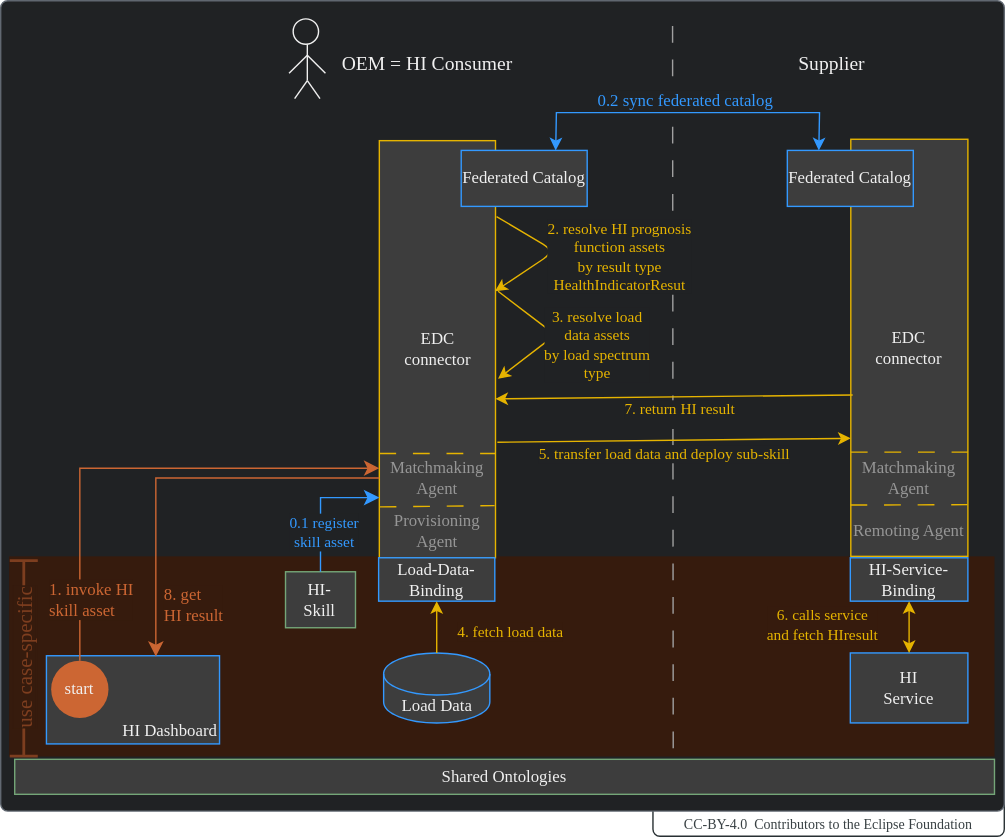
The draw.io diagram docs-kits/kits/behaviour-twin-kit/use-cases/hi/adoption-view/assets/business-process.drawio.svg in catenax-ng/eclipse-tractusx.github.io, before a commit. Source tidied: cells renumbered, new cells last; positions are measured from the earlier drawing's top-left corner, leaving out a move shared by most shapes.
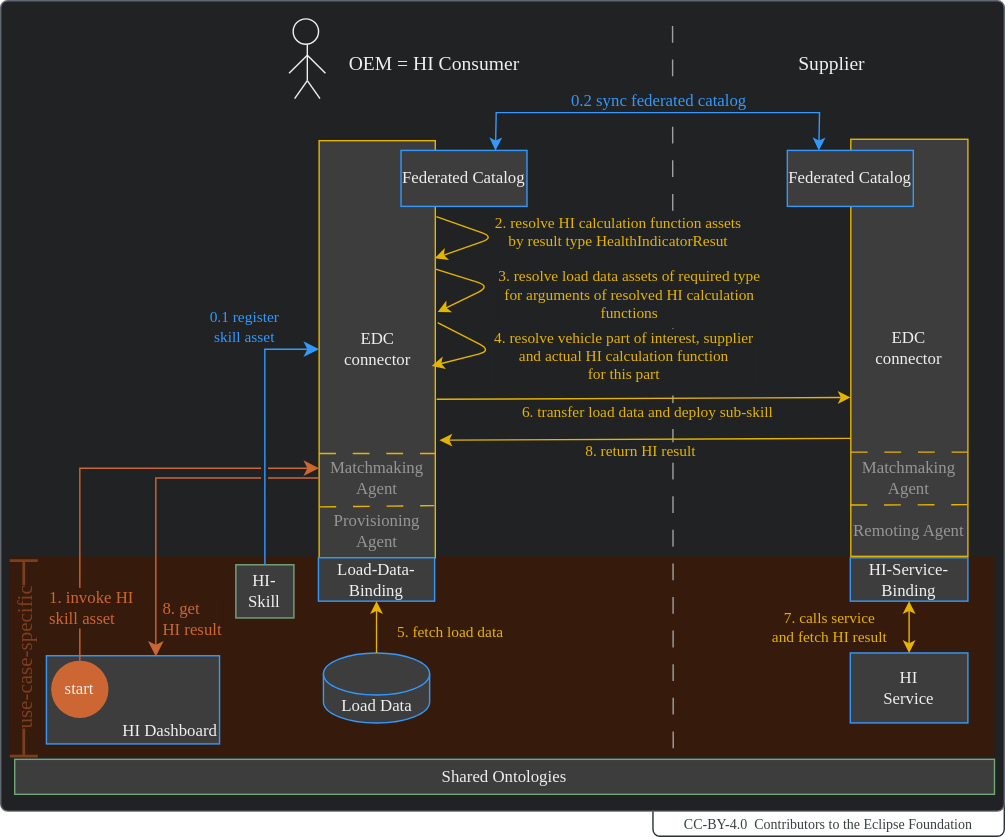
After the change.

Change to the diagram source:
```diff
@@ -18,13 +18,13 @@
       </mxGeometry>
     </mxCell>
     <mxCell id="6" value="&lt;font style=&quot;font-size: 14px;&quot; face=&quot;Manrope&quot;&gt;OEM = HI Consumer&lt;/font&gt;" style="rounded=0;whiteSpace=wrap;html=1;strokeColor=none;fillColor=none;fillStyle=solid;fontColor=#F0F0F0;fontFamily=Manrope;" parent="1" vertex="1">
-      <mxGeometry x="287" y="31" width="142" height="30" as="geometry" />
+      <mxGeometry x="292" y="31" width="142" height="30" as="geometry" />
     </mxCell>
     <mxCell id="7" value="&lt;font style=&quot;font-size: 14px;&quot; face=&quot;Manrope&quot;&gt;Supplier&lt;/font&gt;" style="rounded=0;whiteSpace=wrap;html=1;strokeColor=none;fillColor=none;fillStyle=solid;fontColor=#F0F0F0;fontFamily=Manrope;" parent="1" vertex="1">
       <mxGeometry x="544" y="31" width="206.2" height="30" as="geometry" />
     </mxCell>
     <mxCell id="8" value="&lt;font style=&quot;font-size: 12px;&quot; face=&quot;Manrope&quot;&gt;EDC&lt;br&gt;&lt;/font&gt;connector&lt;font style=&quot;font-size: 12px;&quot; face=&quot;Manrope&quot;&gt;&lt;br&gt;&lt;/font&gt;" style="rounded=0;whiteSpace=wrap;html=1;strokeColor=#E6B400;fillColor=#3D3D3D;fillStyle=solid;fontColor=#F0F0F0;fontFamily=Manrope;" parent="1" vertex="1">
-      <mxGeometry x="323.5" y="100" width="83" height="298" as="geometry" />
+      <mxGeometry x="280.5" y="100" width="83" height="298" as="geometry" />
     </mxCell>
     <mxCell id="9" value="&lt;font style=&quot;font-size: 12px;&quot; face=&quot;Manrope&quot;&gt;EDC&lt;br&gt;&lt;/font&gt;connector&lt;font style=&quot;font-size: 12px;&quot; face=&quot;Manrope&quot;&gt;&lt;br&gt;&lt;/font&gt;" style="rounded=0;whiteSpace=wrap;html=1;strokeColor=#E6B400;fillColor=#3D3D3D;fillStyle=solid;fontColor=#F0F0F0;fontFamily=Manrope;" parent="1" vertex="1">
       <mxGeometry x="660.4" y="99" width="83.7" height="298" as="geometry" />
@@ -69,7 +69,7 @@
       <mxGeometry x="63" y="542" width="700" height="25" as="geometry" />
     </mxCell>
     <mxCell id="18" value="&lt;font style=&quot;font-size: 12px;&quot; face=&quot;Manrope&quot;&gt;Federated Catalog&lt;/font&gt;" style="rounded=0;whiteSpace=wrap;html=1;strokeColor=#3399FF;fillColor=#3D3D3D;fillStyle=solid;fontColor=#F0F0F0;fontFamily=Manrope;" parent="1" vertex="1">
-      <mxGeometry x="382" y="107" width="90" height="40" as="geometry" />
+      <mxGeometry x="339" y="107" width="90" height="40" as="geometry" />
     </mxCell>
     <mxCell id="19" value="&lt;font style=&quot;font-size: 12px;&quot; face=&quot;Manrope&quot;&gt;Federated Catalog&lt;/font&gt;" style="rounded=0;whiteSpace=wrap;html=1;strokeColor=#3399FF;fillColor=#3D3D3D;fillStyle=solid;fontColor=#F0F0F0;fontFamily=Manrope;" parent="1" vertex="1">
       <mxGeometry x="615" y="107" width="90" height="40" as="geometry" />
@@ -77,7 +77,7 @@
     <mxCell id="20" style="endArrow=classic;startArrow=classic;html=1;strokeColor=#3399FF;fontSize=12;fontColor=#F0F0F0;exitX=0.75;exitY=0;exitDx=0;exitDy=0;entryX=0.25;entryY=0;entryDx=0;entryDy=0;rounded=0;fontFamily=Manrope;" parent="1" edge="1" source="18" target="19">
       <mxGeometry relative="1" as="geometry">
         <Array as="points">
-          <mxPoint x="450" y="80" />
+          <mxPoint x="407" y="80" />
           <mxPoint x="638" y="80" />
         </Array>
       </mxGeometry>
@@ -91,89 +91,76 @@
       </mxGeometry>
     </mxCell>
     <mxCell id="23" value="&lt;font style=&quot;font-size: 12px;&quot; face=&quot;Manrope&quot;&gt;Load-Data-Binding&lt;/font&gt;" style="rounded=0;whiteSpace=wrap;html=1;strokeColor=#3399FF;fillColor=#3D3D3D;fillStyle=solid;fontColor=#F0F0F0;fontFamily=Manrope;" parent="1" vertex="1">
-      <mxGeometry x="323" y="398" width="83" height="31" as="geometry" />
+      <mxGeometry x="280" y="398" width="83" height="31" as="geometry" />
     </mxCell>
     <mxCell id="24" value="&lt;font style=&quot;font-size: 12px;&quot; face=&quot;Manrope&quot;&gt;HI-Service-Binding&lt;/font&gt;" style="rounded=0;whiteSpace=wrap;html=1;strokeColor=#3399FF;fillColor=#3D3D3D;fillStyle=solid;fontColor=#F0F0F0;fontFamily=Manrope;" parent="1" vertex="1">
       <mxGeometry x="660" y="398" width="84" height="31" as="geometry" />
     </mxCell>
     <mxCell id="25" value="&lt;font face=&quot;Manrope&quot; color=&quot;#f0f0f0&quot;&gt;Load Data&lt;/font&gt;" style="shape=cylinder3;whiteSpace=wrap;html=1;boundedLbl=1;backgroundOutline=1;size=15;labelBackgroundColor=none;strokeColor=#3399FF;fontColor=#3399FF;fillColor=#3D3D3D;fontFamily=Manrope;" parent="1" vertex="1">
-      <mxGeometry x="326.6" y="466" width="75.9" height="50" as="geometry" />
+      <mxGeometry x="283.6" y="466" width="75.9" height="50" as="geometry" />
     </mxCell>
     <mxCell id="26" value="&lt;font style=&quot;font-size: 12px;&quot; face=&quot;Manrope&quot;&gt;HI&lt;br&gt;Service&lt;/font&gt;" style="rounded=0;whiteSpace=wrap;html=1;strokeColor=#3399FF;fillColor=#3D3D3D;fillStyle=solid;fontColor=#F0F0F0;fontFamily=Manrope;" parent="1" vertex="1">
       <mxGeometry x="660" y="466" width="84" height="50" as="geometry" />
     </mxCell>
-    <mxCell id="27" style="endArrow=classic;startArrow=classic;html=1;strokeColor=#E6B400;fontColor=#F0F0F0;exitX=0.5;exitY=0;exitDx=0;exitDy=0;fontFamily=Manrope;entryX=0.5;entryY=1;entryDx=0;entryDy=0;" parent="1" edge="1" source="26" target="24">
-      <mxGeometry relative="1" as="geometry" />
-    </mxCell>
     <mxCell id="28" style="endArrow=classic;html=1;strokeColor=#E6B400;fontColor=#F0F0F0;exitX=0.5;exitY=0;exitDx=0;exitDy=0;exitPerimeter=0;entryX=0.5;entryY=1;entryDx=0;entryDy=0;fontFamily=Manrope;" parent="1" edge="1" source="25" target="23">
       <mxGeometry relative="1" as="geometry" />
     </mxCell>
-    <mxCell id="29" value="&lt;font face=&quot;Manrope&quot;&gt;4. fetch load data&lt;/font&gt;" style="edgeLabel;html=1;align=center;verticalAlign=middle;fontColor=#E6B400;labelBackgroundColor=#361B0D;fontFamily=Manrope;" parent="28" vertex="1">
+    <mxCell id="29" value="&lt;font face=&quot;Manrope&quot;&gt;5. fetch load data&lt;/font&gt;" style="edgeLabel;html=1;align=center;verticalAlign=middle;fontColor=#E6B400;labelBackgroundColor=#361B0D;fontFamily=Manrope;" parent="28" vertex="1">
       <mxGeometry x="0.41" y="-1" relative="1" as="geometry">
         <mxPoint x="51" y="11" as="offset" />
       </mxGeometry>
     </mxCell>
     <mxCell id="30" value="&lt;font style=&quot;font-size: 12px;&quot; face=&quot;Manrope&quot;&gt;HI-&lt;br&gt;Skill&lt;br&gt;&lt;/font&gt;" style="rounded=0;whiteSpace=wrap;html=1;strokeColor=#74A678;fillColor=#3D3D3D;fillStyle=solid;fontColor=#F0F0F0;fontFamily=Manrope;" parent="1" vertex="1">
-      <mxGeometry x="256.5" y="408" width="50" height="40" as="geometry" />
+      <mxGeometry x="221" y="403" width="41.5" height="38" as="geometry" />
     </mxCell>
-    <mxCell id="31" value="&lt;font face=&quot;Manrope&quot; color=&quot;#7d3e1f&quot; style=&quot;background-color: rgb(54, 27, 13); font-size: 15px;&quot;&gt;&amp;nbsp;use case-specific&amp;nbsp;&lt;/font&gt;" style="shape=crossbar;whiteSpace=wrap;html=1;rounded=1;labelBackgroundColor=#361B0D;strokeColor=#7D3E1F;fontColor=#F0F0F0;fillColor=#69341A;rotation=-90;strokeWidth=2;fontFamily=Manrope;" parent="1" vertex="1">
+    <mxCell id="31" value="&lt;font face=&quot;Manrope&quot; color=&quot;#7d3e1f&quot; style=&quot;background-color: rgb(54, 27, 13); font-size: 15px;&quot;&gt;&amp;nbsp;use-case-specific&amp;nbsp;&lt;/font&gt;" style="shape=crossbar;whiteSpace=wrap;html=1;rounded=1;labelBackgroundColor=#361B0D;strokeColor=#7D3E1F;fontColor=#F0F0F0;fillColor=#69341A;rotation=-90;strokeWidth=2;fontFamily=Manrope;" parent="1" vertex="1">
       <mxGeometry x="-0.4" y="459.9" width="139.7" height="20" as="geometry" />
     </mxCell>
-    <mxCell id="32" style="endArrow=classic;html=1;fontColor=#E6B400;exitX=1.009;exitY=0.182;exitDx=0;exitDy=0;entryX=0.996;entryY=0.361;entryDx=0;entryDy=0;strokeColor=#E6B400;entryPerimeter=0;exitPerimeter=0;fontFamily=Manrope;" parent="1" edge="1" source="8" target="8">
+    <mxCell id="32" style="endArrow=classic;html=1;fontColor=#E6B400;exitX=1.009;exitY=0.182;exitDx=0;exitDy=0;entryX=0.995;entryY=0.282;entryDx=0;entryDy=0;strokeColor=#E6B400;entryPerimeter=0;exitPerimeter=0;fontFamily=Manrope;" parent="1" edge="1" source="8" target="8">
       <mxGeometry relative="1" as="geometry">
         <Array as="points">
-          <mxPoint x="449" y="179" />
+          <mxPoint x="406" y="169" />
         </Array>
       </mxGeometry>
     </mxCell>
-    <mxCell id="33" value="&lt;font face=&quot;Manrope&quot;&gt;2. resolve HI prognosis&lt;br&gt;function assets&lt;br&gt;by&amp;nbsp;result type&lt;br&gt;HealthIndicatorResut&lt;/font&gt;" style="edgeLabel;html=1;align=center;verticalAlign=middle;labelBackgroundColor=#202224;fontColor=#E6B400;fontFamily=Manrope;" parent="32" vertex="1">
+    <mxCell id="33" value="&lt;font face=&quot;Manrope&quot;&gt;2. resolve HI calculation function assets&lt;br&gt;by&amp;nbsp;result type HealthIndicatorResut&lt;br&gt;&lt;br&gt;&lt;/font&gt;" style="edgeLabel;html=1;align=center;verticalAlign=middle;labelBackgroundColor=#202224;fontColor=#E6B400;fontFamily=Manrope;" parent="32" vertex="1">
       <mxGeometry x="0.35" relative="1" as="geometry">
-        <mxPoint x="61" y="-7" as="offset" />
+        <mxPoint x="102" y="-3" as="offset" />
       </mxGeometry>
     </mxCell>
-    <mxCell id="34" style="endArrow=classic;html=1;fontColor=#E6B400;strokeColor=#E6B400;entryX=1.022;entryY=0.571;entryDx=0;entryDy=0;entryPerimeter=0;exitX=1.022;exitY=0.361;exitDx=0;exitDy=0;exitPerimeter=0;fontFamily=Manrope;" parent="1" edge="1" source="8" target="8">
+    <mxCell id="34" style="endArrow=classic;html=1;fontColor=#E6B400;strokeColor=#E6B400;entryX=1.02;entryY=0.411;entryDx=0;entryDy=0;entryPerimeter=0;exitX=1.003;exitY=0.308;exitDx=0;exitDy=0;exitPerimeter=0;fontFamily=Manrope;" parent="1" edge="1" source="8" target="8">
       <mxGeometry relative="1" as="geometry">
         <Array as="points">
-          <mxPoint x="449.2" y="238.8" />
+          <mxPoint x="403" y="204" />
         </Array>
       </mxGeometry>
     </mxCell>
-    <mxCell id="35" value="&lt;font face=&quot;Manrope&quot;&gt;3. resolve load&lt;br&gt;data assets&lt;br&gt;by load spectrum &lt;br&gt;type&lt;br&gt;&lt;/font&gt;" style="edgeLabel;html=1;align=center;verticalAlign=middle;labelBackgroundColor=#202224;fontColor=#E6B400;fontFamily=Manrope;" parent="34" vertex="1">
+    <mxCell id="35" value="&lt;font face=&quot;Manrope&quot;&gt;3. resolve load data assets of required type&lt;br&gt;&amp;nbsp;for arguments of resolved HI calculation&lt;br&gt;functions&lt;br&gt;&lt;/font&gt;" style="edgeLabel;html=1;align=center;verticalAlign=middle;labelBackgroundColor=#202224;fontColor=#E6B400;fontFamily=Manrope;" parent="34" vertex="1">
       <mxGeometry x="0.35" relative="1" as="geometry">
-        <mxPoint x="43" y="-4" as="offset" />
+        <mxPoint x="112" y="-1" as="offset" />
       </mxGeometry>
     </mxCell>
-    <mxCell id="36" value="&lt;font face=&quot;Manrope&quot;&gt;6. calls service&lt;br&gt;and fetch HIresult&lt;/font&gt;" style="edgeLabel;html=1;align=center;verticalAlign=middle;fontColor=#E6B400;labelBackgroundColor=#361B0D;fontFamily=Manrope;" parent="1" vertex="1">
-      <mxGeometry x="639" y="446" as="geometry" />
+    <mxCell id="36" value="&lt;font face=&quot;Manrope&quot;&gt;7. calls service&lt;br&gt;and fetch HI result&lt;/font&gt;" style="edgeLabel;html=1;align=center;verticalAlign=middle;fontColor=#E6B400;labelBackgroundColor=#361B0D;fontFamily=Manrope;" parent="1" vertex="1">
+      <mxGeometry x="639" y="446" as="geometry">
+        <mxPoint x="5" y="2" as="offset" />
+      </mxGeometry>
     </mxCell>
-    <mxCell id="37" style="endArrow=classic;html=1;strokeColor=#E6B400;fontColor=#F0F0F0;exitX=0.016;exitY=0.613;exitDx=0;exitDy=0;exitPerimeter=0;fontFamily=Manrope;entryX=0.999;entryY=0.619;entryDx=0;entryDy=0;entryPerimeter=0;" parent="1" edge="1" source="9" target="8">
+    <mxCell id="37" style="endArrow=classic;html=1;strokeColor=#E6B400;fontColor=#F0F0F0;exitX=-0.002;exitY=0.717;exitDx=0;exitDy=0;exitPerimeter=0;fontFamily=Manrope;entryX=1.036;entryY=0.718;entryDx=0;entryDy=0;entryPerimeter=0;" parent="1" edge="1" source="9" target="8">
       <mxGeometry relative="1" as="geometry" />
     </mxCell>
-    <mxCell id="38" value="&lt;font face=&quot;Manrope&quot;&gt;7. return HI result&lt;/font&gt;" style="edgeLabel;html=1;align=center;verticalAlign=middle;fontColor=#E6B400;labelBackgroundColor=#202224;fontFamily=Manrope;" parent="37" vertex="1">
+    <mxCell id="38" value="&lt;font face=&quot;Manrope&quot;&gt;8. return HI result&lt;/font&gt;" style="edgeLabel;html=1;align=center;verticalAlign=middle;fontColor=#E6B400;labelBackgroundColor=#202224;fontFamily=Manrope;" parent="37" vertex="1">
       <mxGeometry x="0.41" y="-1" relative="1" as="geometry">
         <mxPoint x="56" y="9" as="offset" />
       </mxGeometry>
     </mxCell>
-    <mxCell id="39" style="endArrow=classic;html=1;strokeColor=#E6B400;fontColor=#F0F0F0;entryX=-0.001;entryY=0.717;entryDx=0;entryDy=0;fontFamily=Manrope;entryPerimeter=0;exitX=1.016;exitY=0.723;exitDx=0;exitDy=0;exitPerimeter=0;" parent="1" edge="1" source="8" target="9">
+    <mxCell id="39" style="endArrow=classic;html=1;strokeColor=#E6B400;fontColor=#F0F0F0;entryX=-0.002;entryY=0.619;entryDx=0;entryDy=0;fontFamily=Manrope;entryPerimeter=0;exitX=1.011;exitY=0.62;exitDx=0;exitDy=0;exitPerimeter=0;" parent="1" edge="1" source="8" target="9">
       <mxGeometry relative="1" as="geometry" />
     </mxCell>
-    <mxCell id="40" value="5. transfer load data and deploy sub-skill" style="edgeLabel;html=1;align=center;verticalAlign=middle;fontColor=#E6B400;labelBackgroundColor=#202224;fontFamily=Manrope;" parent="39" vertex="1">
+    <mxCell id="40" value="6. transfer load data and deploy sub-skill" style="edgeLabel;html=1;align=center;verticalAlign=middle;fontColor=#E6B400;labelBackgroundColor=#202224;fontFamily=Manrope;" parent="39" vertex="1">
       <mxGeometry x="0.41" y="-1" relative="1" as="geometry">
         <mxPoint x="-59" y="9" as="offset" />
       </mxGeometry>
     </mxCell>
-    <mxCell id="41" style="edgeStyle=segmentEdgeStyle;endArrow=classic;html=1;curved=0;rounded=0;endSize=8;startSize=8;strokeColor=#3399FF;fontColor=#E6B400;exitX=0.5;exitY=0;exitDx=0;exitDy=0;entryX=0;entryY=1;entryDx=0;entryDy=0;fontFamily=Manrope;" parent="1" edge="1" source="30" target="48">
-      <mxGeometry relative="1" as="geometry">
-        <Array as="points">
-          <mxPoint x="282" y="355" />
-        </Array>
-      </mxGeometry>
-    </mxCell>
-    <mxCell id="42" value="&lt;font face=&quot;Manrope&quot; style=&quot;&quot; color=&quot;#3399ff&quot;&gt;0.1 register&lt;br&gt;skill asset&lt;/font&gt;" style="edgeLabel;html=1;align=center;verticalAlign=middle;fontColor=#E6B400;labelBackgroundColor=#202224;fontFamily=Manrope;" parent="41" vertex="1">
-      <mxGeometry x="0.14" y="-2" relative="1" as="geometry">
-        <mxPoint x="1" y="22" as="offset" />
-      </mxGeometry>
-    </mxCell>
     <mxCell id="43" value="&lt;font style=&quot;font-size: 12px;&quot; face=&quot;Manrope&quot;&gt;HI Dashboard&lt;/font&gt;" style="rounded=0;whiteSpace=wrap;html=1;strokeColor=#3399FF;fillColor=#3D3D3D;fillStyle=solid;fontColor=#F0F0F0;fontFamily=Manrope;align=right;verticalAlign=bottom;" parent="1" vertex="1">
       <mxGeometry x="85.7" y="468" width="123.7" height="63" as="geometry" />
     </mxCell>
@@ -193,10 +180,10 @@
       <mxGeometry x="89" y="471.5" width="41" height="41" as="geometry" />
     </mxCell>
     <mxCell id="47" value="&lt;font style=&quot;font-size: 12px;&quot; face=&quot;Manrope&quot;&gt;Provisioning Agent&lt;/font&gt;" style="rounded=0;whiteSpace=wrap;html=1;strokeColor=none;fillColor=none;fillStyle=solid;fontColor=#969696;fontFamily=Manrope;" parent="1" vertex="1">
-      <mxGeometry x="324" y="365" width="82" height="28" as="geometry" />
+      <mxGeometry x="281" y="365" width="82" height="28" as="geometry" />
     </mxCell>
     <mxCell id="48" value="&lt;font style=&quot;font-size: 12px;&quot; face=&quot;Manrope&quot;&gt;Matchmaking&lt;br&gt;Agent&lt;/font&gt;" style="rounded=0;whiteSpace=wrap;html=1;strokeColor=none;fillColor=none;fillStyle=solid;fontColor=#969696;fontFamily=Manrope;" parent="1" vertex="1">
-      <mxGeometry x="323.5" y="327" width="82" height="28" as="geometry" />
+      <mxGeometry x="280.5" y="327" width="82" height="28" as="geometry" />
     </mxCell>
     <mxCell id="49" value="&lt;font style=&quot;font-size: 12px;&quot; face=&quot;Manrope&quot;&gt;Remoting Agent&lt;/font&gt;" style="rounded=0;whiteSpace=wrap;html=1;strokeColor=none;fillColor=none;fillStyle=solid;fontColor=#969696;fontFamily=Manrope;" parent="1" vertex="1">
       <mxGeometry x="660.8" y="365" width="82" height="28" as="geometry" />
@@ -213,7 +200,7 @@
     </mxCell>
     <mxCell id="52" value="&lt;font face=&quot;Manrope&quot;&gt;8. get&lt;br&gt;HI result&lt;/font&gt;" style="edgeLabel;html=1;align=left;verticalAlign=middle;fontSize=12;fontColor=#CC6633;labelBackgroundColor=#361B0D;fontFamily=Manrope;" parent="51" vertex="1">
       <mxGeometry x="-0.72" y="-3" relative="1" as="geometry">
-        <mxPoint x="-116" y="93" as="offset" />
+        <mxPoint x="-80" y="103" as="offset" />
       </mxGeometry>
     </mxCell>
     <mxCell id="53" style="endArrow=none;html=1;fontColor=#969696;exitX=-0.003;exitY=0.877;exitDx=0;exitDy=0;entryX=0.997;entryY=0.876;entryDx=0;entryDy=0;entryPerimeter=0;exitPerimeter=0;dashed=1;dashPattern=12 12;strokeColor=#E6B400;" parent="1" edge="1" source="9" target="9">
@@ -233,5 +220,36 @@
     <mxCell id="57" style="endArrow=none;html=1;fontColor=#969696;exitX=0;exitY=0.75;exitDx=0;exitDy=0;entryX=1;entryY=0.75;entryDx=0;entryDy=0;dashed=1;dashPattern=12 12;strokeColor=#E6B400;" parent="1" edge="1" source="8" target="8">
       <mxGeometry relative="1" as="geometry" />
     </mxCell>
+    <mxCell id="58" style="rounded=0;whiteSpace=wrap;html=1;strokeColor=none;fillColor=#202224;" parent="1" vertex="1">
+      <mxGeometry x="239" y="324" width="5" height="28" as="geometry" />
+    </mxCell>
+    <mxCell id="41" style="edgeStyle=segmentEdgeStyle;endArrow=classic;html=1;curved=0;rounded=0;endSize=8;startSize=8;strokeColor=#3399FF;fontColor=#E6B400;exitX=0.5;exitY=0;exitDx=0;exitDy=0;entryX=0;entryY=0.5;entryDx=0;entryDy=0;fontFamily=Manrope;" parent="1" edge="1" source="30" target="8">
+      <mxGeometry relative="1" as="geometry">
+        <Array as="points">
+          <mxPoint x="242" y="249" />
+        </Array>
+      </mxGeometry>
+    </mxCell>
+    <mxCell id="42" value="&lt;font face=&quot;Manrope&quot; style=&quot;&quot; color=&quot;#3399ff&quot;&gt;0.1 register&lt;br&gt;skill asset&lt;/font&gt;" style="edgeLabel;html=1;align=center;verticalAlign=middle;fontColor=#E6B400;labelBackgroundColor=#202224;fontFamily=Manrope;" parent="41" vertex="1">
+      <mxGeometry x="0.14" y="-2" relative="1" as="geometry">
+        <mxPoint x="-17" y="-60" as="offset" />
+      </mxGeometry>
+    </mxCell>
+    <mxCell id="59" style="endArrow=classic;html=1;fontColor=#E6B400;strokeColor=#E6B400;exitX=1.02;exitY=0.436;exitDx=0;exitDy=0;exitPerimeter=0;fontFamily=Manrope;" parent="1" edge="1" source="8">
+      <mxGeometry relative="1" as="geometry">
+        <mxPoint x="361" y="261" as="targetPoint" />
+        <Array as="points">
+          <mxPoint x="404" y="250" />
+        </Array>
+      </mxGeometry>
+    </mxCell>
+    <mxCell id="60" value="&lt;font face=&quot;Manrope&quot;&gt;4.&lt;/font&gt;&amp;nbsp;resolve vehicle part of interest, supplier&lt;br&gt;&lt;font face=&quot;Manrope&quot;&gt;and actual HI calculation function&lt;br&gt;for this part&lt;br&gt;&lt;/font&gt;" style="edgeLabel;html=1;align=center;verticalAlign=middle;labelBackgroundColor=#202224;fontColor=#E6B400;fontFamily=Manrope;" parent="59" vertex="1">
+      <mxGeometry x="0.35" relative="1" as="geometry">
+        <mxPoint x="108" as="offset" />
+      </mxGeometry>
+    </mxCell>
+    <mxCell id="27" style="endArrow=classic;startArrow=classic;html=1;strokeColor=#E6B400;fontColor=#F0F0F0;exitX=0.5;exitY=0;exitDx=0;exitDy=0;fontFamily=Manrope;entryX=0.5;entryY=1;entryDx=0;entryDy=0;" parent="1" edge="1" source="26" target="24">
+      <mxGeometry relative="1" as="geometry" />
+    </mxCell>
   </root>
 </mxGraphModel>
```
